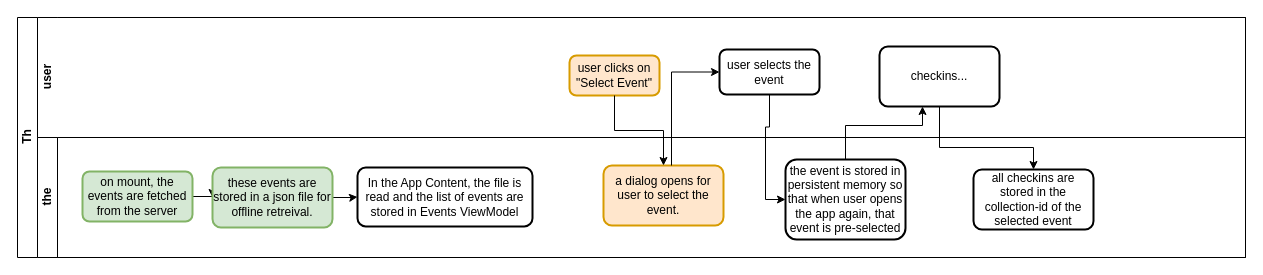
Above: hfn-checkin-dynamic-config.drawio in appsparkler/draw.io (draw.io), before the change. Source tidied: cells renumbered, new cells numbered last; positions are measured from the earlier drawing's top-left corner, leaving out a move shared by most shapes. Both pictures are drawn from the tidied source at 100%, with x=0, y=0 at pixel (17, 17).
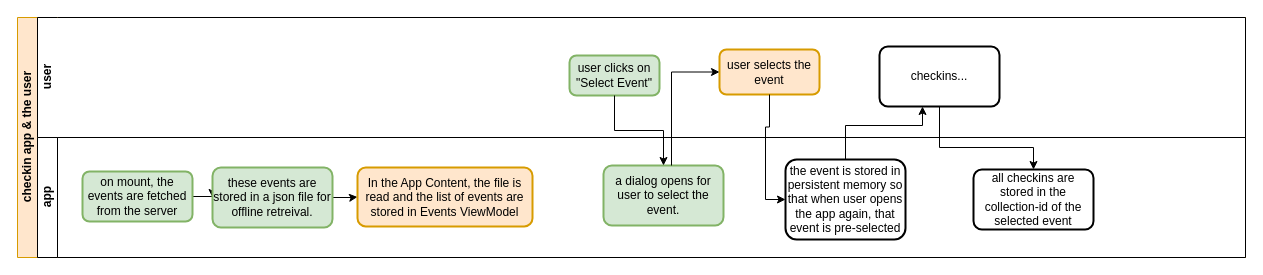
After the change.

Diff of the diagram source:
```diff
@@
-    <mxCell id="2" value="Th" style="swimlane;horizontal=0;startSize=20;html=1;" parent="1" vertex="1">
+    <mxCell id="2" value="checkin app &amp;amp; the user" style="swimlane;horizontal=0;startSize=20;html=1;fillColor=#ffe6cc;strokeColor=#d79b00;" parent="1" vertex="1">
       <mxGeometry width="1228" height="240" as="geometry" />
     </mxCell>
@@
-    <mxCell id="4" value="the" style="swimlane;startSize=20;horizontal=0;html=1;" parent="2" vertex="1">
+    <mxCell id="4" value="&lt;div&gt;app&lt;/div&gt;" style="swimlane;startSize=20;horizontal=0;html=1;" parent="2" vertex="1">
       <mxGeometry x="20" y="120" width="1208" height="120" as="geometry" />
     </mxCell>
@@
-    <mxCell id="9" value="In the App Content, the file is read and the list of events are stored in Events ViewModel" style="whiteSpace=wrap;html=1;rounded=1;arcSize=14;strokeWidth=2;" parent="4" vertex="1">
+    <mxCell id="9" value="In the App Content, the file is read and the list of events are stored in Events ViewModel" style="whiteSpace=wrap;html=1;rounded=1;arcSize=14;strokeWidth=2;fillColor=#ffe6cc;strokeColor=#d79b00;" parent="4" vertex="1">
       <mxGeometry x="320" y="30" width="175" height="59" as="geometry" />
     </mxCell>
-    <mxCell id="10" value="user selects the event" style="rounded=1;whiteSpace=wrap;html=1;absoluteArcSize=1;arcSize=14;strokeWidth=2;" parent="4" vertex="1">
+    <mxCell id="10" value="user selects the event" style="rounded=1;whiteSpace=wrap;html=1;absoluteArcSize=1;arcSize=14;strokeWidth=2;fillColor=#ffe6cc;strokeColor=#d79b00;" parent="4" vertex="1">
       <mxGeometry x="682" y="-88" width="100" height="45" as="geometry" />
     </mxCell>
-    <mxCell id="11" value="user clicks on &quot;Select Event&quot;" style="rounded=1;whiteSpace=wrap;html=1;absoluteArcSize=1;arcSize=14;strokeWidth=2;fillColor=#ffe6cc;strokeColor=#d79b00;" parent="4" vertex="1">
+    <mxCell id="11" value="user clicks on &quot;Select Event&quot;" style="rounded=1;whiteSpace=wrap;html=1;absoluteArcSize=1;arcSize=14;strokeWidth=2;fillColor=#d5e8d4;strokeColor=#82b366;" parent="4" vertex="1">
       <mxGeometry x="532" y="-82" width="90" height="40" as="geometry" />
     </mxCell>
@@
-    <mxCell id="13" value="a dialog opens for user to select the event." style="whiteSpace=wrap;html=1;rounded=1;arcSize=14;strokeWidth=2;fillColor=#ffe6cc;strokeColor=#d79b00;" parent="4" vertex="1">
+    <mxCell id="13" value="a dialog opens for user to select the event." style="whiteSpace=wrap;html=1;rounded=1;arcSize=14;strokeWidth=2;fillColor=#d5e8d4;strokeColor=#82b366;" parent="4" vertex="1">
       <mxGeometry x="566" y="28" width="120" height="60" as="geometry" />
     </mxCell>
```
